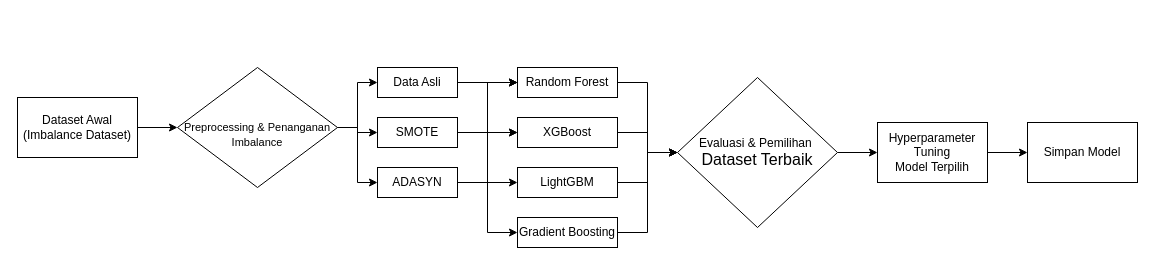
Before: ENSAMBLE LEARNING.drawio in ArtEnginer/UML-DIAGRAM, a draw.io diagram. Source tidied: cells renumbered, new cells numbered last; positions are measured from the earlier drawing's top-left corner, leaving out a move shared by most shapes. Both pictures are drawn from the tidied source at 100%, with x=0, y=0 at pixel (17, 67).
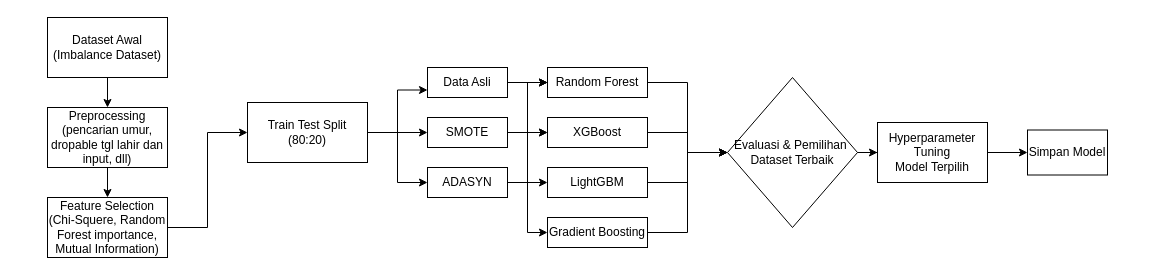
The same page after the edit.

What changed in the source:
```diff
@@
-    <mxCell id="2" style="edgeStyle=orthogonalEdgeStyle;rounded=0;jettySize=auto;html=1;entryX=0;entryY=0.5;entryDx=0;entryDy=0;" parent="1" edge="1" source="3" target="7">
-      <mxGeometry relative="1" as="geometry" />
-    </mxCell>
+    <mxCell id="31" style="edgeStyle=orthogonalEdgeStyle;rounded=0;jettySize=auto;html=1;entryX=0.5;entryY=0;entryDx=0;entryDy=0;" parent="1" edge="1" source="3" target="33">
+      <mxGeometry relative="1" as="geometry" />
+    </mxCell>
     <mxCell id="3" value="Dataset Awal&lt;div&gt;(Imbalance Dataset)&lt;/div&gt;" style="rounded=0;whiteSpace=wrap;html=1;" parent="1" vertex="1">
-      <mxGeometry y="30" width="120" height="60" as="geometry" />
+      <mxGeometry x="30" y="-50" width="120" height="60" as="geometry" />
     </mxCell>
-    <mxCell id="4" style="edgeStyle=orthogonalEdgeStyle;rounded=0;jettySize=auto;html=1;entryX=0;entryY=0.5;entryDx=0;entryDy=0;" parent="1" edge="1" source="7" target="12">
-      <mxGeometry relative="1" as="geometry" />
-    </mxCell>
-    <mxCell id="5" style="edgeStyle=orthogonalEdgeStyle;rounded=0;jettySize=auto;html=1;entryX=0;entryY=0.5;entryDx=0;entryDy=0;" parent="1" edge="1" source="7" target="15">
-      <mxGeometry relative="1" as="geometry" />
-    </mxCell>
-    <mxCell id="6" style="edgeStyle=orthogonalEdgeStyle;rounded=0;jettySize=auto;html=1;entryX=0;entryY=0.5;entryDx=0;entryDy=0;" parent="1" edge="1" source="7" target="17">
-      <mxGeometry relative="1" as="geometry" />
-    </mxCell>
-    <mxCell id="7" value="&lt;div&gt;&lt;font style=&quot;font-size: 11px;&quot;&gt;&lt;font style=&quot;&quot;&gt;&lt;br&gt;&lt;/font&gt;&lt;/font&gt;&lt;/div&gt;&lt;font style=&quot;font-size: 11px;&quot;&gt;&lt;font style=&quot;&quot;&gt;Preprocessing&amp;nbsp;&lt;/font&gt;&lt;span style=&quot;background-color: transparent; color: light-dark(rgb(0, 0, 0), rgb(255, 255, 255));&quot;&gt;&amp;amp;&amp;nbsp;&lt;/span&gt;&lt;span style=&quot;background-color: transparent; color: light-dark(rgb(0, 0, 0), rgb(255, 255, 255));&quot;&gt;Penanganan Imbalance&lt;/span&gt;&lt;/font&gt;" style="rhombus;whiteSpace=wrap;html=1;" parent="1" vertex="1">
-      <mxGeometry x="160" width="160" height="120" as="geometry" />
-    </mxCell>
@@
     <mxCell id="12" value="Data Asli" style="rounded=0;whiteSpace=wrap;html=1;" parent="1" vertex="1">
-      <mxGeometry x="360" width="80" height="30" as="geometry" />
+      <mxGeometry x="410" width="80" height="30" as="geometry" />
     </mxCell>
@@
     <mxCell id="15" value="SMOTE" style="rounded=0;whiteSpace=wrap;html=1;" parent="1" vertex="1">
-      <mxGeometry x="360" y="50" width="80" height="30" as="geometry" />
+      <mxGeometry x="410" y="50" width="80" height="30" as="geometry" />
     </mxCell>
@@
     <mxCell id="17" value="ADASYN" style="rounded=0;whiteSpace=wrap;html=1;" parent="1" vertex="1">
-      <mxGeometry x="360" y="100" width="80" height="30" as="geometry" />
+      <mxGeometry x="410" y="100" width="80" height="30" as="geometry" />
     </mxCell>
@@
-    <mxCell id="19" value="&lt;font style=&quot;font-size: 12px;&quot;&gt;Evaluasi &amp;amp; Pemilihan&amp;nbsp;&lt;/font&gt;&lt;div&gt;&lt;font size=&quot;3&quot;&gt;Dataset Terbaik&lt;/font&gt;&lt;/div&gt;" style="rhombus;whiteSpace=wrap;html=1;" parent="1" vertex="1">
-      <mxGeometry x="660" y="10" width="160" height="150" as="geometry" />
+    <mxCell id="19" value="&lt;font style=&quot;font-size: 12px;&quot;&gt;Evaluasi &amp;amp; Pemilihan&amp;nbsp;&lt;/font&gt;&lt;div&gt;&lt;font style=&quot;font-size: 12px;&quot;&gt;Dataset Terbaik&lt;/font&gt;&lt;/div&gt;" style="rhombus;whiteSpace=wrap;html=1;" parent="1" vertex="1">
+      <mxGeometry x="710" y="10" width="130" height="150" as="geometry" />
     </mxCell>
@@
     <mxCell id="21" value="Random Forest" style="rounded=0;whiteSpace=wrap;html=1;" parent="1" vertex="1">
-      <mxGeometry x="500" width="100" height="30" as="geometry" />
+      <mxGeometry x="530" width="100" height="30" as="geometry" />
     </mxCell>
@@
     <mxCell id="23" value="XGBoost" style="rounded=0;whiteSpace=wrap;html=1;" parent="1" vertex="1">
-      <mxGeometry x="500" y="50" width="100" height="30" as="geometry" />
+      <mxGeometry x="530" y="50" width="100" height="30" as="geometry" />
     </mxCell>
@@
     <mxCell id="25" value="LightGBM" style="rounded=0;whiteSpace=wrap;html=1;" parent="1" vertex="1">
-      <mxGeometry x="500" y="100" width="100" height="30" as="geometry" />
+      <mxGeometry x="530" y="100" width="100" height="30" as="geometry" />
     </mxCell>
@@
     <mxCell id="27" value="Gradient Boosting" style="rounded=0;whiteSpace=wrap;html=1;" parent="1" vertex="1">
-      <mxGeometry x="500" y="150" width="100" height="30" as="geometry" />
+      <mxGeometry x="530" y="150" width="100" height="30" as="geometry" />
     </mxCell>
@@
     <mxCell id="30" value="Simpan Model" style="rounded=0;whiteSpace=wrap;html=1;" parent="1" vertex="1">
-      <mxGeometry x="1010" y="55" width="110" height="60" as="geometry" />
+      <mxGeometry x="1010" y="62.5" width="80" height="45" as="geometry" />
     </mxCell>
+    <mxCell id="32" style="edgeStyle=orthogonalEdgeStyle;rounded=0;jettySize=auto;html=1;entryX=0.5;entryY=0;entryDx=0;entryDy=0;" parent="1" edge="1" source="33" target="35">
+      <mxGeometry relative="1" as="geometry" />
+    </mxCell>
+    <mxCell id="33" value="Preprocessing&lt;div&gt;(pencarian umur, dropable tgl lahir dan input, dll)&lt;/div&gt;" style="rounded=0;whiteSpace=wrap;html=1;" parent="1" vertex="1">
+      <mxGeometry x="30" y="40" width="120" height="60" as="geometry" />
+    </mxCell>
+    <mxCell id="34" style="edgeStyle=orthogonalEdgeStyle;rounded=0;jettySize=auto;html=1;entryX=0;entryY=0.5;entryDx=0;entryDy=0;" parent="1" edge="1" source="35" target="39">
+      <mxGeometry relative="1" as="geometry" />
+    </mxCell>
+    <mxCell id="35" value="Feature Selection&lt;div&gt;(Chi-Squere, Random Forest importance, Mutual Information)&lt;/div&gt;" style="rounded=0;whiteSpace=wrap;html=1;" parent="1" vertex="1">
+      <mxGeometry x="30" y="130" width="120" height="60" as="geometry" />
+    </mxCell>
+    <mxCell id="36" style="edgeStyle=orthogonalEdgeStyle;rounded=0;jettySize=auto;html=1;entryX=0;entryY=0.75;entryDx=0;entryDy=0;" parent="1" edge="1" source="39" target="12">
+      <mxGeometry relative="1" as="geometry" />
+    </mxCell>
+    <mxCell id="37" style="edgeStyle=orthogonalEdgeStyle;rounded=0;jettySize=auto;html=1;entryX=0;entryY=0.5;entryDx=0;entryDy=0;" parent="1" edge="1" source="39" target="15">
+      <mxGeometry relative="1" as="geometry" />
+    </mxCell>
+    <mxCell id="38" style="edgeStyle=orthogonalEdgeStyle;rounded=0;jettySize=auto;html=1;entryX=0;entryY=0.5;entryDx=0;entryDy=0;" parent="1" edge="1" source="39" target="17">
+      <mxGeometry relative="1" as="geometry" />
+    </mxCell>
+    <mxCell id="39" value="Train Test Split (80:20)" style="rounded=0;whiteSpace=wrap;html=1;" parent="1" vertex="1">
+      <mxGeometry x="230" y="35" width="120" height="60" as="geometry" />
+    </mxCell>
```
